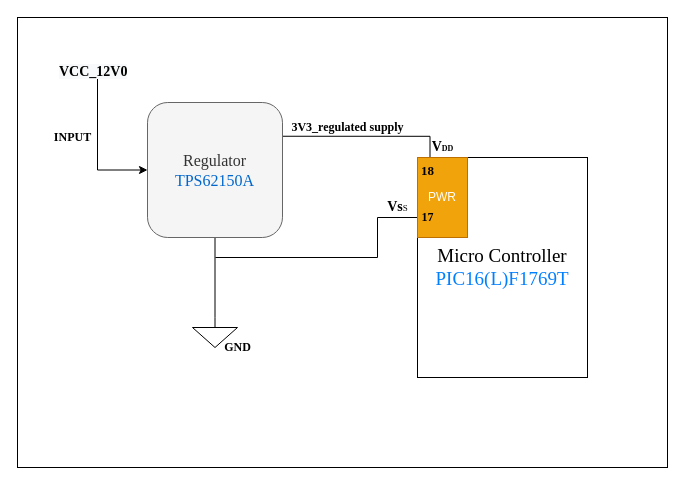
This is page "Page-2" (2 of 6) of Untitled Diagram.drawio from francis-job/BLOCK_DIAGRAMS, a draw.io file, before an edit. Source tidied: cells renumbered, new cells numbered last; positions are measured from the earlier drawing's top-left corner, leaving out a move shared by most shapes. Both pictures are drawn from the tidied source at 100%, with x=0, y=0 at pixel (17, 17).
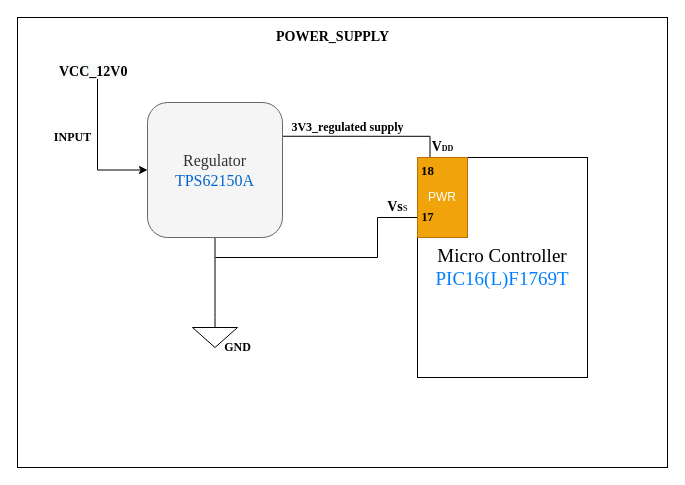
Above is the later version.

The edit, as a diff of the source:
```diff
@@
+    <mxCell id="19" value="&lt;font face=&quot;Times New Roman&quot; size=&quot;1&quot;&gt;&lt;b style=&quot;font-size: 14px&quot;&gt;POWER_SUPPLY&lt;/b&gt;&lt;/font&gt;" style="text;html=1;align=center;verticalAlign=middle;" parent="1" vertex="1">
+      <mxGeometry x="250" y="10" width="130" height="20" as="geometry" />
+    </mxCell>
```
